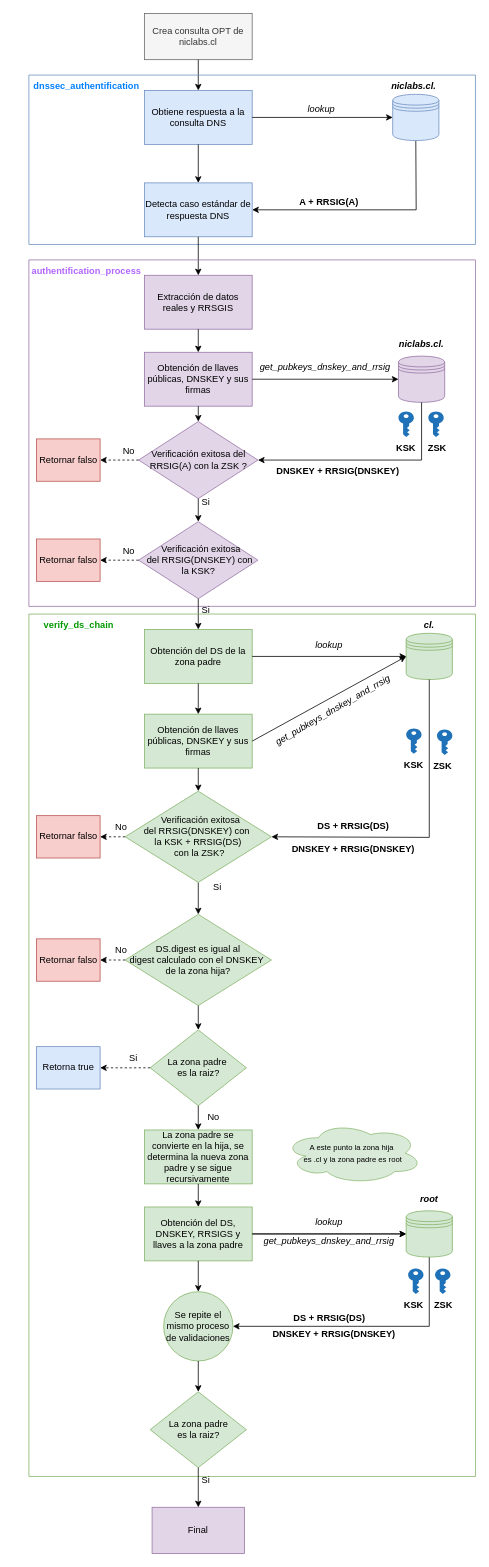
Earlier version of the draw.io diagram drawios/ejemplo_autentificacion.drawio (konegoro/informe_memoria). Source tidied: cells renumbered, new cells numbered last; positions are measured from the earlier drawing's top-left corner, leaving out a move shared by most shapes. Both pictures are drawn from the tidied source at 77%, with x=0, y=0 at pixel (13, 13).
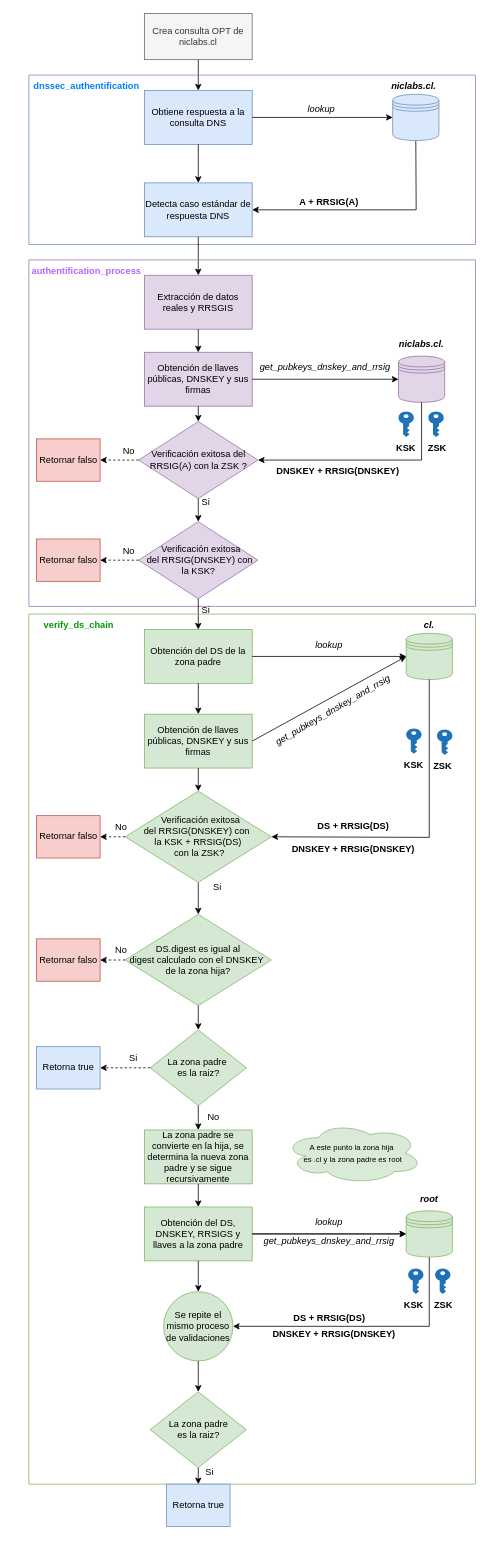
After the change.

Unchanged cells that the change refers to:
```xml
<mxCell id="98" value="La zona padre&lt;div&gt;es la raiz?&lt;/div&gt;" style="rhombus;whiteSpace=wrap;html=1;fillColor=#d5e8d4;strokeColor=#82b366;" parent="43" vertex="1">
  <mxGeometry x="157.5" y="1010" width="125" height="98.5" as="geometry" />
</mxCell>
```

Change to the diagram source:
```diff
@@
     <mxCell id="43" style="swimlane;startSize=0;fillColor=#d5e8d4;strokeColor=#82b366;swimlaneFillColor=none;rounded=1;shadow=0;" parent="1" vertex="1">
-      <mxGeometry x="20" y="780" width="580" height="1120" as="geometry" />
+      <mxGeometry x="20" y="780" width="580" height="1130" as="geometry" />
     </mxCell>
@@
+    <mxCell id="103" value="Si" style="text;html=1;whiteSpace=wrap;strokeColor=none;fillColor=none;align=center;verticalAlign=middle;rounded=0;" parent="43" vertex="1">
+      <mxGeometry x="205" y="1100" width="60" height="30" as="geometry" />
+    </mxCell>
@@
-    <mxCell id="101" value="Final" style="rounded=0;whiteSpace=wrap;html=1;fillColor=#e1d5e7;strokeColor=#9673a6;" parent="1" vertex="1">
-      <mxGeometry x="180" y="1940" width="120" height="60" as="geometry" />
-    </mxCell>
-    <mxCell id="102" style="endArrow=classic;html=1;rounded=0;exitX=0.5;exitY=1;exitDx=0;exitDy=0;entryX=0.5;entryY=0;entryDx=0;entryDy=0;" parent="1" edge="1" source="98" target="101">
+    <mxCell id="102" style="endArrow=classic;html=1;rounded=0;exitX=0.5;exitY=1;exitDx=0;exitDy=0;entryX=0.5;entryY=0;entryDx=0;entryDy=0;" parent="1" edge="1" source="98" target="104">
       <mxGeometry relative="1" as="geometry" />
     </mxCell>
-    <mxCell id="103" value="Si" style="text;html=1;whiteSpace=wrap;strokeColor=none;fillColor=none;align=center;verticalAlign=middle;rounded=0;" parent="1" vertex="1">
-      <mxGeometry x="220" y="1890" width="60" height="30" as="geometry" />
-    </mxCell>
+    <mxCell id="104" value="Retorna true" style="rounded=0;whiteSpace=wrap;html=1;fillColor=#dae8fc;strokeColor=#6c8ebf;" parent="1" vertex="1">
+      <mxGeometry x="198.8" y="1910" width="82.5" height="55" as="geometry" />
+    </mxCell>
```
